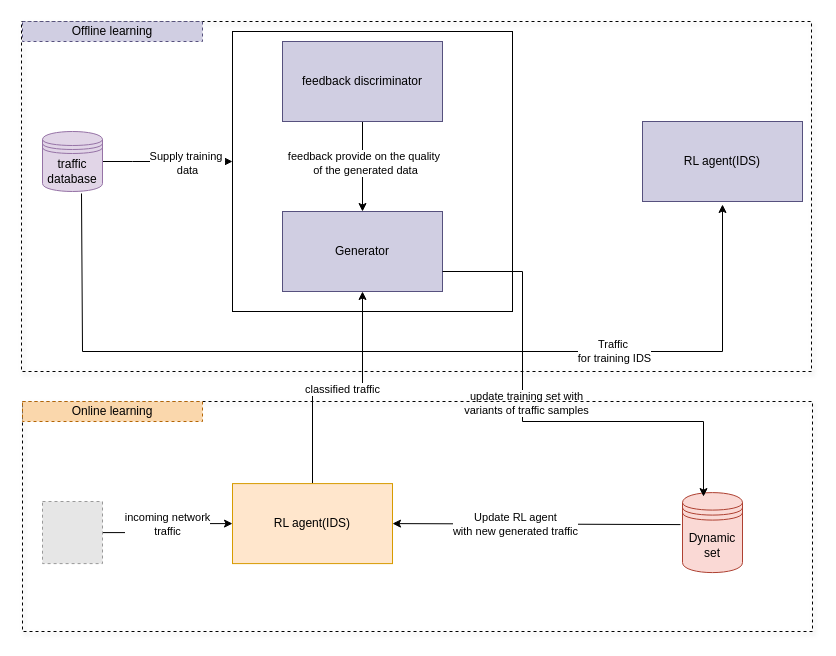
Before: overall_architecture.drawio in elgenio123/diagrams, a draw.io diagram. Source tidied: cells renumbered, new cells numbered last; positions are measured from the earlier drawing's top-left corner, leaving out a move shared by most shapes. Both pictures are drawn from the tidied source at 100%, with x=0, y=0 at pixel (21, 21). Pictures stored in the file or linked from it are replaced by grey dashed boxes.
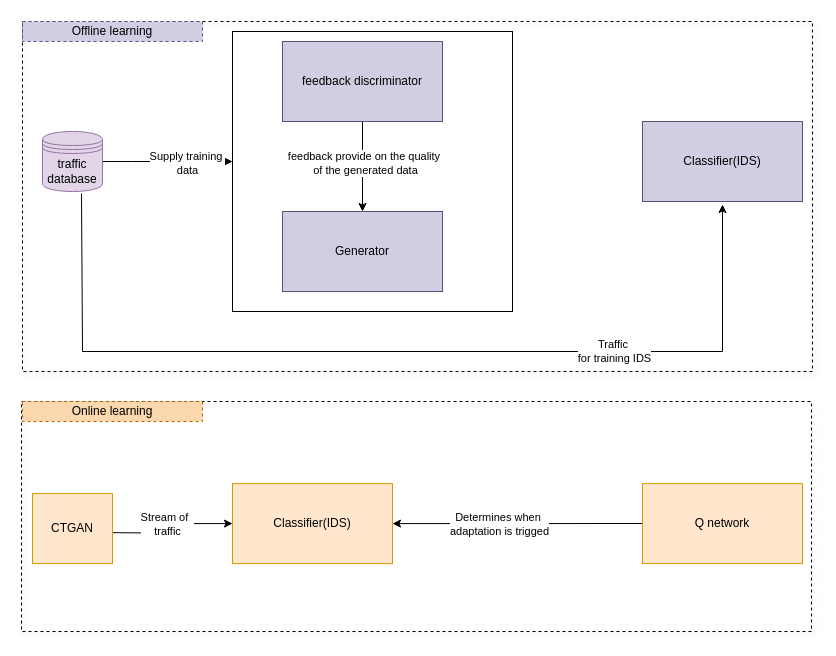
Above is the later version.

Commit message:
Mettre à jour overall_architecture.drawio

The change refers to these unchanged cells:
```xml
<mxCell id="10" value="Generator" style="rounded=0;whiteSpace=wrap;html=1;fillColor=#d0cee2;strokeColor=#56517e;" parent="1" vertex="1">
  <mxGeometry x="261" y="190" width="160" height="80" as="geometry" />
</mxCell>
```

The edit, as a diff of the source:
```diff
@@
-    <mxCell id="5" style="edgeStyle=orthogonalEdgeStyle;rounded=0;jettySize=auto;html=1;" parent="1" edge="1" source="7" target="14">
-      <mxGeometry relative="1" as="geometry" />
+    <mxCell id="5" style="edgeStyle=orthogonalEdgeStyle;rounded=0;jettySize=auto;html=1;" parent="1" edge="1" target="14">
+      <mxGeometry relative="1" as="geometry">
+        <mxPoint x="81" y="511.1" as="sourcePoint" />
+      </mxGeometry>
     </mxCell>
-    <mxCell id="6" value="incoming network&lt;div&gt;traffic&lt;/div&gt;" style="edgeLabel;html=1;align=center;verticalAlign=middle;" parent="5" vertex="1">
+    <mxCell id="6" value="Stream of&amp;nbsp;&amp;nbsp;&lt;div&gt;traffic&lt;/div&gt;" style="edgeLabel;html=1;align=center;verticalAlign=middle;" parent="5" vertex="1">
       <mxGeometry x="0.2" y="-3" relative="1" as="geometry">
         <mxPoint x="-10" y="-3" as="offset" />
       </mxGeometry>
     </mxCell>
-    <mxCell id="7" style="fillColor=#E6E6E6;strokeColor=#999999;dashed=1;verticalLabelPosition=bottom;labelBackgroundColor=default;verticalAlign=top;" parent="1" vertex="1">
-      <mxGeometry x="21" y="480" width="60" height="62.1" as="geometry" />
-    </mxCell>
-    <mxCell id="8" style="edgeStyle=orthogonalEdgeStyle;rounded=0;jettySize=auto;html=1;" parent="1" edge="1" source="14" target="10">
-      <mxGeometry relative="1" as="geometry" />
-    </mxCell>
-    <mxCell id="9" value="classified traffic" style="edgeLabel;html=1;align=center;verticalAlign=middle;" parent="8" vertex="1">
-      <mxGeometry x="0.03" y="-1" relative="1" as="geometry" />
-    </mxCell>
@@
-    <mxCell id="14" value="RL agent(IDS)" style="rounded=0;whiteSpace=wrap;html=1;fillColor=#ffe6cc;strokeColor=#d79b00;" parent="1" vertex="1">
+    <mxCell id="14" value="Classifier(IDS)" style="rounded=0;whiteSpace=wrap;html=1;fillColor=#ffe6cc;strokeColor=#d79b00;" parent="1" vertex="1">
       <mxGeometry x="211" y="462.1" width="160" height="80" as="geometry" />
     </mxCell>
-    <mxCell id="15" value="Dynamic set" style="shape=datastore;whiteSpace=wrap;html=1;fillColor=#fad9d5;strokeColor=#ae4132;" parent="1" vertex="1">
-      <mxGeometry x="661" y="471.1" width="60" height="80" as="geometry" />
-    </mxCell>
@@
-    <mxCell id="17" style="endArrow=classic;html=1;rounded=0;exitX=1;exitY=0.75;exitDx=0;exitDy=0;entryX=0.35;entryY=0.05;entryDx=0;entryDy=0;entryPerimeter=0;" parent="1" edge="1" source="10" target="15">
-      <mxGeometry relative="1" as="geometry">
-        <Array as="points">
-          <mxPoint x="501" y="250" />
-          <mxPoint x="501" y="400" />
-          <mxPoint x="682" y="400" />
-        </Array>
-      </mxGeometry>
-    </mxCell>
-    <mxCell id="18" value="update training set with&lt;div&gt;variants of traffic samples&lt;/div&gt;" style="edgeLabel;html=1;align=center;verticalAlign=middle;" parent="17" vertex="1">
-      <mxGeometry x="-0.47" y="3" relative="1" as="geometry">
-        <mxPoint y="82" as="offset" />
-      </mxGeometry>
-    </mxCell>
-    <mxCell id="19" value="RL agent(IDS)" style="rounded=0;whiteSpace=wrap;html=1;fillColor=#d0cee2;strokeColor=#56517e;" parent="1" vertex="1">
+    <mxCell id="19" value="Classifier(IDS)" style="rounded=0;whiteSpace=wrap;html=1;fillColor=#d0cee2;strokeColor=#56517e;" parent="1" vertex="1">
       <mxGeometry x="621" y="100" width="160" height="80" as="geometry" />
     </mxCell>
@@
     <mxCell id="22" style="rounded=0;whiteSpace=wrap;html=1;fillColor=none;glass=0;shadow=1;dashed=1;" parent="1" vertex="1">
-      <mxGeometry width="790" height="350" as="geometry" />
+      <mxGeometry x="1" width="790" height="350" as="geometry" />
     </mxCell>
-    <mxCell id="23" style="endArrow=classic;html=1;rounded=0;exitX=-0.033;exitY=0.4;exitDx=0;exitDy=0;exitPerimeter=0;entryX=1;entryY=0.5;entryDx=0;entryDy=0;" parent="1" edge="1" source="15" target="14">
-      <mxGeometry relative="1" as="geometry" />
+    <mxCell id="23" style="endArrow=classic;html=1;rounded=0;entryX=1;entryY=0.5;entryDx=0;entryDy=0;" parent="1" edge="1" target="14">
+      <mxGeometry relative="1" as="geometry">
+        <mxPoint x="621" y="502" as="sourcePoint" />
+      </mxGeometry>
     </mxCell>
-    <mxCell id="24" value="Update RL agent&lt;div&gt;with new generated traffic&lt;/div&gt;" style="edgeLabel;html=1;align=center;verticalAlign=middle;" parent="23" vertex="1">
+    <mxCell id="24" value="Determines when&amp;nbsp;&lt;div&gt;adaptation is trigged&lt;/div&gt;" style="edgeLabel;html=1;align=center;verticalAlign=middle;" parent="23" vertex="1">
       <mxGeometry x="0.15" relative="1" as="geometry" />
     </mxCell>
@@
     <mxCell id="26" style="rounded=0;whiteSpace=wrap;html=1;fillColor=none;dashed=1;shadow=1;" parent="1" vertex="1">
-      <mxGeometry x="1" y="380" width="790" height="230" as="geometry" />
+      <mxGeometry y="380" width="790" height="230" as="geometry" />
     </mxCell>
@@
+    <mxCell id="28" value="Q network" style="rounded=0;whiteSpace=wrap;html=1;fillColor=#ffe6cc;strokeColor=#d79b00;" parent="1" vertex="1">
+      <mxGeometry x="621" y="462.1" width="160" height="80" as="geometry" />
+    </mxCell>
+    <mxCell id="29" value="CTGAN" style="rounded=0;whiteSpace=wrap;html=1;fillColor=#ffe6cc;strokeColor=#d79b00;" parent="1" vertex="1">
+      <mxGeometry x="11" y="472.1" width="80" height="70" as="geometry" />
+    </mxCell>
```
